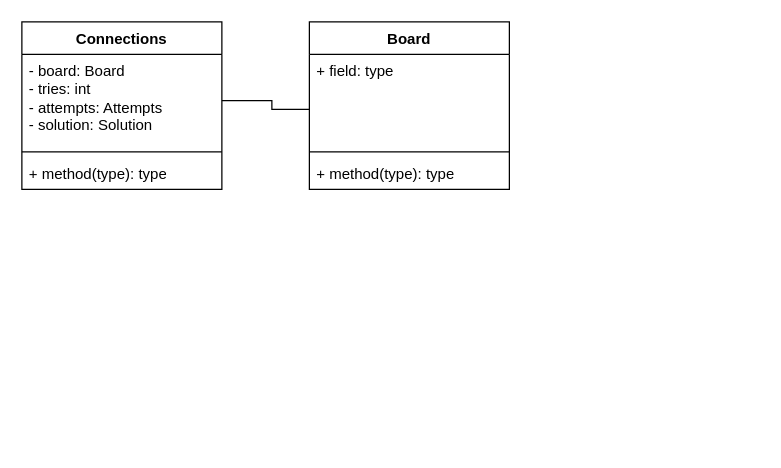
Earlier version of the draw.io diagram etc/connections.drawio (av4sin/provisional-connecctions). Source tidied: cells renumbered, new cells numbered last; positions are measured from the earlier drawing's top-left corner, leaving out a move shared by most shapes. Both pictures are drawn from the tidied source at 125%, with x=0, y=0 at pixel (21, 21).
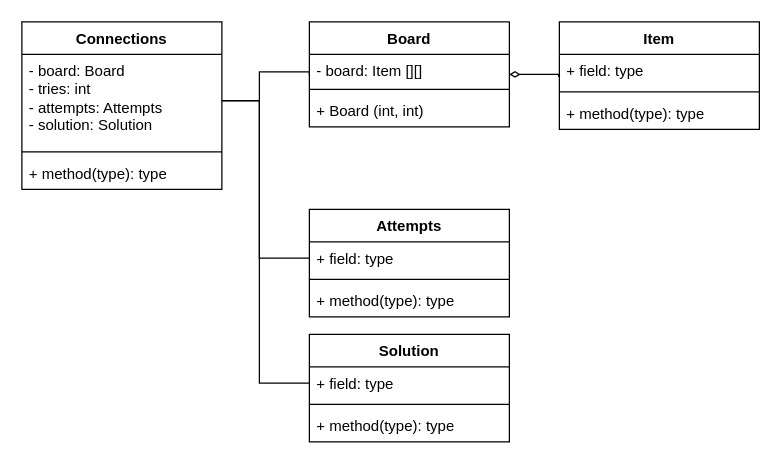
The same diagram, later.

Unchanged cells that the change refers to:
```xml
<mxCell id="3" value="&lt;div&gt;- board: Board&lt;/div&gt;&lt;div&gt;- tries: int&lt;/div&gt;&lt;div&gt;- attempts: Attempts&lt;/div&gt;&lt;div&gt;- solution: Solution&lt;br&gt;&lt;/div&gt;" style="text;strokeColor=none;fillColor=none;align=left;verticalAlign=top;spacingLeft=4;spacingRight=4;overflow=hidden;points=[[0,0.5],[1,0.5]];portConstraint=eastwest;whiteSpace=wrap;html=1;" parent="2" vertex="1">
  <mxGeometry y="26" width="160" height="74" as="geometry" />
</mxCell>
```

What changed in the source:
```diff
@@
     <mxCell id="6" value="Board" style="swimlane;fontStyle=1;align=center;verticalAlign=top;horizontal=1;startSize=26;whiteSpace=wrap;html=1;" parent="1" vertex="1">
-      <mxGeometry x="230" width="160" height="134" as="geometry" />
+      <mxGeometry x="230" width="160" height="84" as="geometry" />
     </mxCell>
-    <mxCell id="7" value="+ field: type" style="text;strokeColor=none;fillColor=none;align=left;verticalAlign=top;spacingLeft=4;spacingRight=4;overflow=hidden;points=[[0,0.5],[1,0.5]];portConstraint=eastwest;whiteSpace=wrap;html=1;" parent="6" vertex="1">
-      <mxGeometry y="26" width="160" height="74" as="geometry" />
+    <mxCell id="7" value="&lt;div&gt;- board: Item [][]&lt;/div&gt;" style="text;strokeColor=none;fillColor=none;align=left;verticalAlign=top;spacingLeft=4;spacingRight=4;overflow=hidden;points=[[0,0.5],[1,0.5]];portConstraint=eastwest;whiteSpace=wrap;html=1;" parent="6" vertex="1">
+      <mxGeometry y="26" width="160" height="24" as="geometry" />
     </mxCell>
     <mxCell id="8" style="line;strokeWidth=1;fillColor=none;align=left;verticalAlign=middle;spacingTop=-1;spacingLeft=3;spacingRight=3;labelPosition=right;strokeColor=inherit;" parent="6" vertex="1">
-      <mxGeometry y="100" width="160" height="8" as="geometry" />
+      <mxGeometry y="50" width="160" height="8" as="geometry" />
     </mxCell>
-    <mxCell id="9" value="+ method(type): type" style="text;strokeColor=none;fillColor=none;align=left;verticalAlign=top;spacingLeft=4;spacingRight=4;overflow=hidden;whiteSpace=wrap;html=1;" parent="6" vertex="1">
-      <mxGeometry y="108" width="160" height="26" as="geometry" />
+    <mxCell id="9" value="+ Board (int, int)" style="text;strokeColor=none;fillColor=none;align=left;verticalAlign=top;spacingLeft=4;spacingRight=4;overflow=hidden;whiteSpace=wrap;html=1;" parent="6" vertex="1">
+      <mxGeometry y="58" width="160" height="26" as="geometry" />
     </mxCell>
-    <mxCell id="10" style="edgeStyle=orthogonalEdgeStyle;rounded=0;jettySize=auto;html=1;endArrow=none;endFill=0;" parent="1" edge="1" source="3" target="7">
+    <mxCell id="10" style="edgeStyle=orthogonalEdgeStyle;rounded=0;jettySize=auto;html=1;endArrow=none;endFill=0;exitX=1;exitY=0.5;exitDx=0;exitDy=0;entryX=0;entryY=0.706;entryDx=0;entryDy=0;entryPerimeter=0;" parent="1" edge="1" source="3" target="7">
       <mxGeometry relative="1" as="geometry">
         <Array as="points">
-          <mxPoint x="200" y="63" />
-          <mxPoint x="200" y="70" />
+          <mxPoint x="190" y="63" />
+          <mxPoint x="190" y="40" />
+          <mxPoint x="230" y="40" />
         </Array>
       </mxGeometry>
     </mxCell>
+    <mxCell id="11" value="Attempts" style="swimlane;fontStyle=1;align=center;verticalAlign=top;horizontal=1;startSize=26;whiteSpace=wrap;html=1;" parent="1" vertex="1">
+      <mxGeometry x="230" y="150" width="160" height="86" as="geometry" />
+    </mxCell>
+    <mxCell id="12" value="+ field: type" style="text;strokeColor=none;fillColor=none;align=left;verticalAlign=top;spacingLeft=4;spacingRight=4;overflow=hidden;points=[[0,0.5],[1,0.5]];portConstraint=eastwest;whiteSpace=wrap;html=1;" parent="11" vertex="1">
+      <mxGeometry y="26" width="160" height="26" as="geometry" />
+    </mxCell>
+    <mxCell id="13" style="line;strokeWidth=1;fillColor=none;align=left;verticalAlign=middle;spacingTop=-1;spacingLeft=3;spacingRight=3;labelPosition=right;strokeColor=inherit;" parent="11" vertex="1">
+      <mxGeometry y="52" width="160" height="8" as="geometry" />
+    </mxCell>
+    <mxCell id="14" value="+ method(type): type" style="text;strokeColor=none;fillColor=none;align=left;verticalAlign=top;spacingLeft=4;spacingRight=4;overflow=hidden;whiteSpace=wrap;html=1;" parent="11" vertex="1">
+      <mxGeometry y="60" width="160" height="26" as="geometry" />
+    </mxCell>
+    <mxCell id="15" value="Solution" style="swimlane;fontStyle=1;align=center;verticalAlign=top;horizontal=1;startSize=26;whiteSpace=wrap;html=1;" parent="1" vertex="1">
+      <mxGeometry x="230" y="250" width="160" height="86" as="geometry" />
+    </mxCell>
+    <mxCell id="16" value="+ field: type" style="text;strokeColor=none;fillColor=none;align=left;verticalAlign=top;spacingLeft=4;spacingRight=4;overflow=hidden;points=[[0,0.5],[1,0.5]];portConstraint=eastwest;whiteSpace=wrap;html=1;" parent="15" vertex="1">
+      <mxGeometry y="26" width="160" height="26" as="geometry" />
+    </mxCell>
+    <mxCell id="17" style="line;strokeWidth=1;fillColor=none;align=left;verticalAlign=middle;spacingTop=-1;spacingLeft=3;spacingRight=3;labelPosition=right;strokeColor=inherit;" parent="15" vertex="1">
+      <mxGeometry y="52" width="160" height="8" as="geometry" />
+    </mxCell>
+    <mxCell id="18" value="+ method(type): type" style="text;strokeColor=none;fillColor=none;align=left;verticalAlign=top;spacingLeft=4;spacingRight=4;overflow=hidden;whiteSpace=wrap;html=1;" parent="15" vertex="1">
+      <mxGeometry y="60" width="160" height="26" as="geometry" />
+    </mxCell>
+    <mxCell id="19" value="Item" style="swimlane;fontStyle=1;align=center;verticalAlign=top;horizontal=1;startSize=26;whiteSpace=wrap;html=1;" parent="1" vertex="1">
+      <mxGeometry x="430" width="160" height="86" as="geometry" />
+    </mxCell>
+    <mxCell id="20" value="+ field: type" style="text;strokeColor=none;fillColor=none;align=left;verticalAlign=top;spacingLeft=4;spacingRight=4;overflow=hidden;points=[[0,0.5],[1,0.5]];portConstraint=eastwest;whiteSpace=wrap;html=1;" parent="19" vertex="1">
+      <mxGeometry y="26" width="160" height="26" as="geometry" />
+    </mxCell>
+    <mxCell id="21" style="line;strokeWidth=1;fillColor=none;align=left;verticalAlign=middle;spacingTop=-1;spacingLeft=3;spacingRight=3;labelPosition=right;strokeColor=inherit;" parent="19" vertex="1">
+      <mxGeometry y="52" width="160" height="8" as="geometry" />
+    </mxCell>
+    <mxCell id="22" value="+ method(type): type" style="text;strokeColor=none;fillColor=none;align=left;verticalAlign=top;spacingLeft=4;spacingRight=4;overflow=hidden;whiteSpace=wrap;html=1;" parent="19" vertex="1">
+      <mxGeometry y="60" width="160" height="26" as="geometry" />
+    </mxCell>
+    <mxCell id="23" style="edgeStyle=orthogonalEdgeStyle;rounded=0;jettySize=auto;html=1;exitX=1;exitY=0.5;exitDx=0;exitDy=0;entryX=-0.004;entryY=0.692;entryDx=0;entryDy=0;entryPerimeter=0;endArrow=none;endFill=0;startArrow=diamondThin;startFill=0;" parent="1" edge="1" source="6" target="20">
+      <mxGeometry relative="1" as="geometry" />
+    </mxCell>
+    <mxCell id="24" style="edgeStyle=orthogonalEdgeStyle;rounded=0;jettySize=auto;html=1;exitX=1;exitY=0.5;exitDx=0;exitDy=0;entryX=0;entryY=0.5;entryDx=0;entryDy=0;endArrow=none;endFill=0;" parent="1" edge="1" source="3" target="16">
+      <mxGeometry relative="1" as="geometry">
+        <Array as="points">
+          <mxPoint x="190" y="63" />
+          <mxPoint x="190" y="289" />
+        </Array>
+      </mxGeometry>
+    </mxCell>
+    <mxCell id="25" style="edgeStyle=orthogonalEdgeStyle;rounded=0;jettySize=auto;html=1;exitX=1;exitY=0.5;exitDx=0;exitDy=0;entryX=0;entryY=0.5;entryDx=0;entryDy=0;endArrow=none;endFill=0;" parent="1" edge="1" source="3" target="12">
+      <mxGeometry relative="1" as="geometry">
+        <Array as="points">
+          <mxPoint x="190" y="63" />
+          <mxPoint x="190" y="189" />
+        </Array>
+      </mxGeometry>
+    </mxCell>
```
